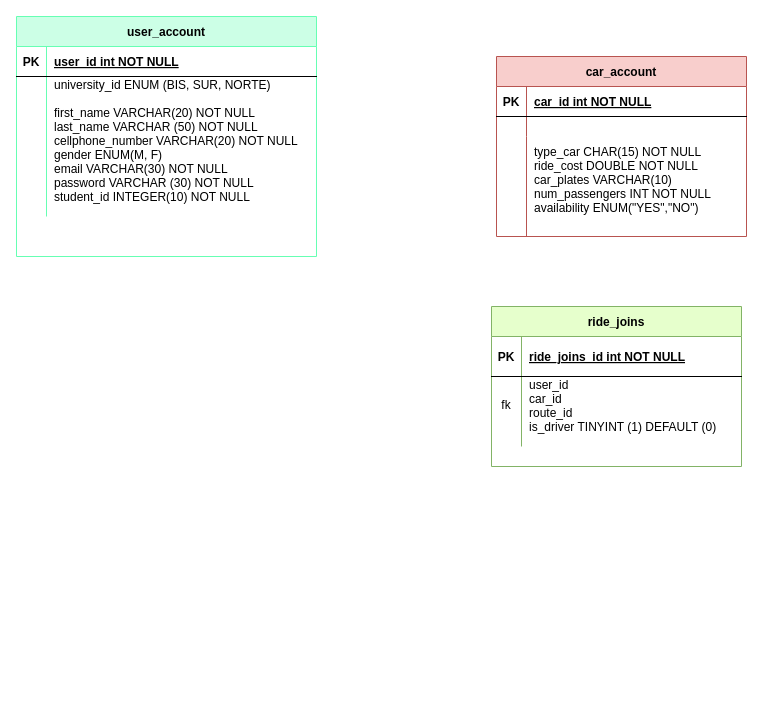
The draw.io diagram entity-relationship-diagram.drawio in carpool-bis/entity-relationship-diagram, before the edit. Source tidied: cells renumbered, new cells numbered last; positions are measured from the earlier drawing's top-left corner, leaving out a move shared by most shapes. Both pictures are drawn from the tidied source at 100%, with x=0, y=0 at pixel (16, 16).
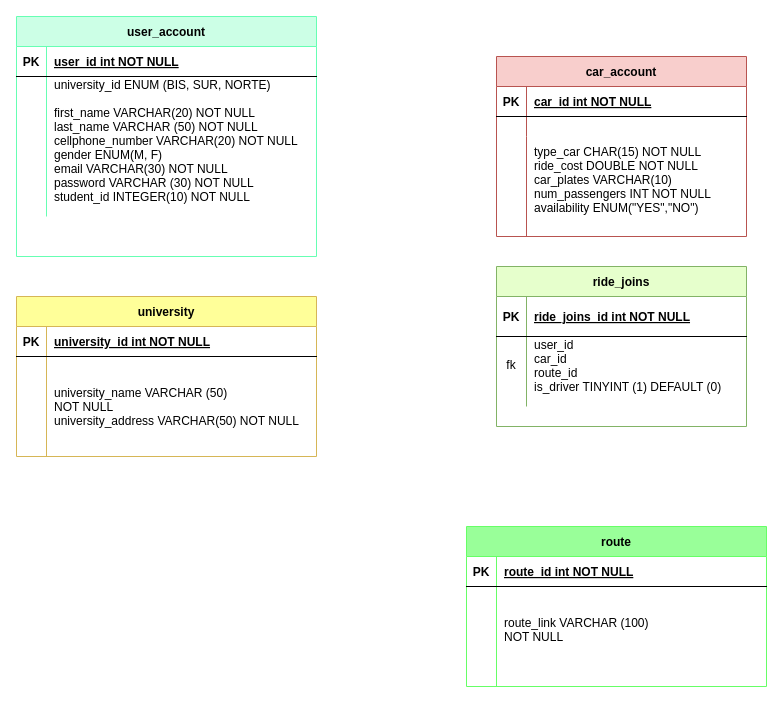
The same page after the edit.

Change to the diagram source:
```diff
@@
+    <mxCell id="26" value="university" style="shape=table;startSize=30;childLayout=tableLayout;rowLines=0;fontStyle=1;align=center;fillColor=#FFFF99;strokeColor=#d6b656;" parent="1" vertex="1">
+      <mxGeometry y="280" width="300" height="160" as="geometry" />
+    </mxCell>
+    <mxCell id="27" style="shape=partialRectangle;fillColor=none;top=0;left=0;right=0;bottom=1;" parent="26" vertex="1">
+      <mxGeometry y="30" width="300" height="30" as="geometry" />
+    </mxCell>
+    <mxCell id="28" value="PK" style="shape=partialRectangle;overflow=hidden;fillColor=none;top=0;left=0;bottom=0;right=0;fontStyle=1;" parent="27" vertex="1">
+      <mxGeometry width="30" height="30" as="geometry" />
+    </mxCell>
+    <mxCell id="29" value="university_id int NOT NULL " style="shape=partialRectangle;overflow=hidden;fillColor=none;top=0;left=0;bottom=0;right=0;align=left;spacingLeft=6;fontStyle=5;" parent="27" vertex="1">
+      <mxGeometry x="30" width="270" height="30" as="geometry" />
+    </mxCell>
+    <mxCell id="30" style="shape=partialRectangle;fillColor=none;top=0;left=0;right=0;bottom=0;" parent="26" vertex="1">
+      <mxGeometry y="60" width="300" height="100" as="geometry" />
+    </mxCell>
+    <mxCell id="31" style="shape=partialRectangle;overflow=hidden;fillColor=none;top=0;left=0;bottom=0;right=0;" parent="30" vertex="1">
+      <mxGeometry width="30" height="100" as="geometry" />
+    </mxCell>
+    <mxCell id="32" value="&#10;&#10;university_name VARCHAR (50)&#10;NOT NULL&#10;university_address VARCHAR(50) NOT NULL&#10;&#10;&#10;&#10;&#10;" style="shape=partialRectangle;overflow=hidden;fillColor=none;top=0;left=0;bottom=0;right=0;align=left;spacingLeft=6;" parent="30" vertex="1">
+      <mxGeometry x="30" width="270" height="100" as="geometry" />
+    </mxCell>
+    <mxCell id="33" value="route" style="shape=table;startSize=30;childLayout=tableLayout;rowLines=0;fontStyle=1;align=center;fillColor=#99FF99;strokeColor=#66FF66;" parent="1" vertex="1">
+      <mxGeometry x="450" y="510" width="300" height="160" as="geometry" />
+    </mxCell>
+    <mxCell id="34" style="shape=partialRectangle;fillColor=none;top=0;left=0;right=0;bottom=1;" parent="33" vertex="1">
+      <mxGeometry y="30" width="300" height="30" as="geometry" />
+    </mxCell>
+    <mxCell id="35" value="PK" style="shape=partialRectangle;overflow=hidden;fillColor=none;top=0;left=0;bottom=0;right=0;fontStyle=1;" parent="34" vertex="1">
+      <mxGeometry width="30" height="30" as="geometry" />
+    </mxCell>
+    <mxCell id="36" value="route_id int NOT NULL " style="shape=partialRectangle;overflow=hidden;fillColor=none;top=0;left=0;bottom=0;right=0;align=left;spacingLeft=6;fontStyle=5;" parent="34" vertex="1">
+      <mxGeometry x="30" width="270" height="30" as="geometry" />
+    </mxCell>
+    <mxCell id="37" style="shape=partialRectangle;fillColor=none;top=0;left=0;right=0;bottom=0;" parent="33" vertex="1">
+      <mxGeometry y="60" width="300" height="100" as="geometry" />
+    </mxCell>
+    <mxCell id="38" style="shape=partialRectangle;overflow=hidden;fillColor=none;top=0;left=0;bottom=0;right=0;" parent="37" vertex="1">
+      <mxGeometry width="30" height="100" as="geometry" />
+    </mxCell>
+    <mxCell id="39" value="&#10;&#10;route_link VARCHAR (100)&#10;NOT NULL&#10;&#10;&#10;&#10;&#10;" style="shape=partialRectangle;overflow=hidden;fillColor=none;top=0;left=0;bottom=0;right=0;align=left;spacingLeft=6;" parent="37" vertex="1">
+      <mxGeometry x="30" width="270" height="100" as="geometry" />
+    </mxCell>
     <mxCell id="19" value="ride_joins" style="shape=table;startSize=30;childLayout=tableLayout;rowLines=0;fontStyle=1;align=center;fillColor=#E6FFCC;strokeColor=#82b366;" parent="1" vertex="1">
-      <mxGeometry x="475" y="290" width="250" height="160" as="geometry" />
+      <mxGeometry x="480" y="250" width="250" height="160" as="geometry" />
     </mxCell>
```
